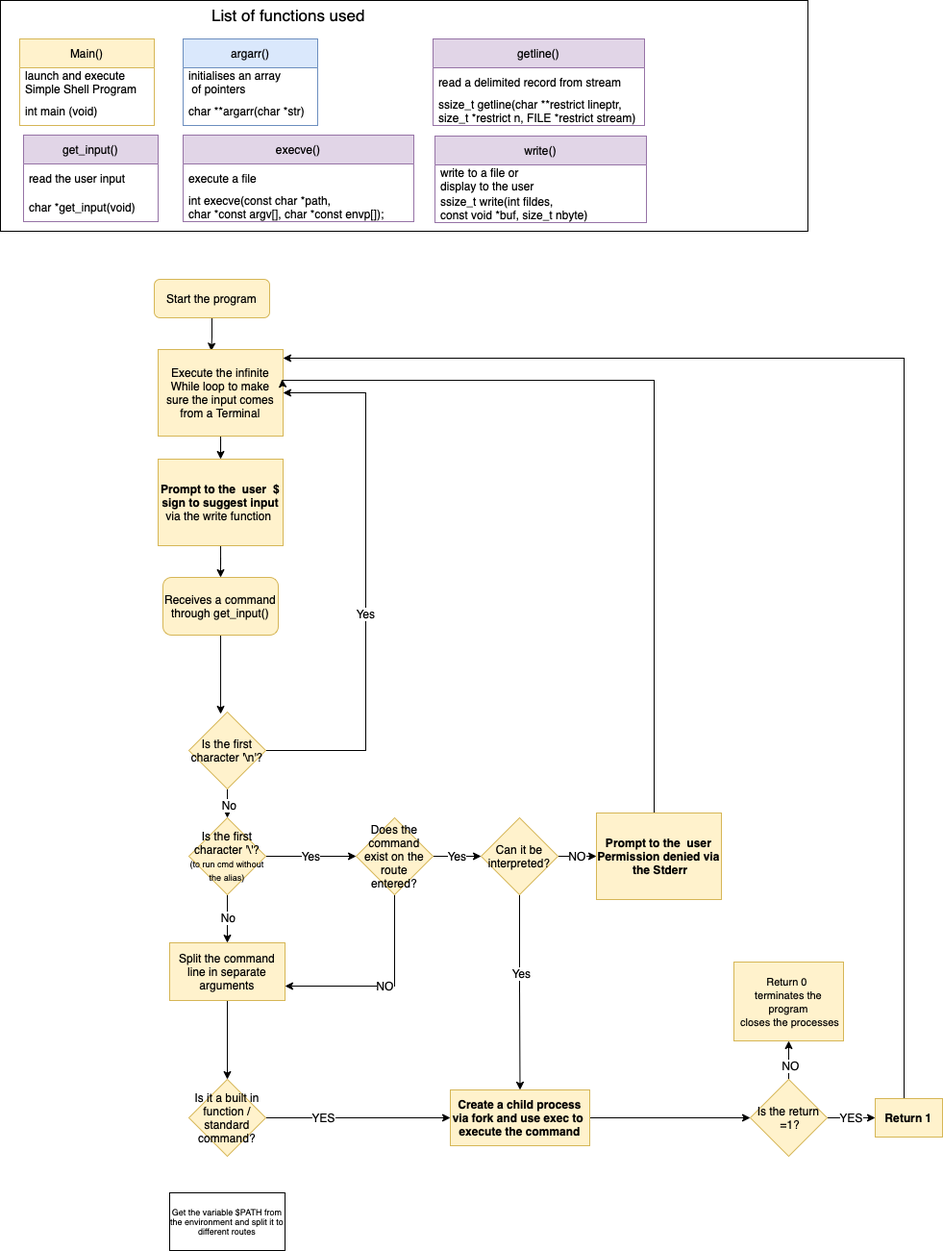
This is Simple_shell.drawio.png from RainInApril/holbertonschool-simple_shell, a draw.io export, as it was before one commit. Source tidied: cells renumbered, new cells last; positions are measured from the earlier drawing's top-left corner, leaving out a move shared by most shapes.
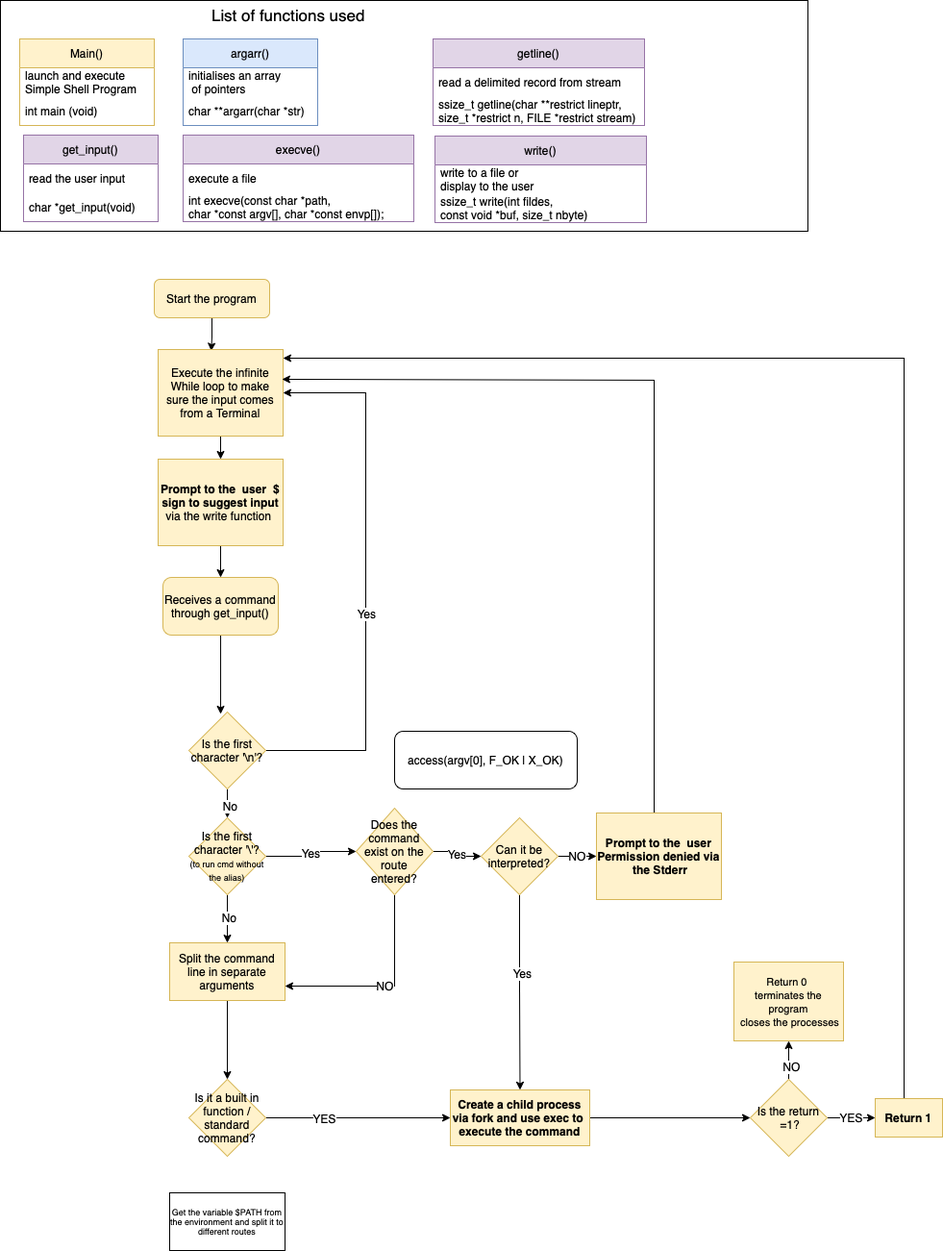
Later version of the same file.

What changed in the source:
```diff
@@ -129,7 +129,7 @@
       </mxGeometry>
     </mxCell>
     <mxCell id="41" value="Does the command exist on the route entered?" style="rhombus;whiteSpace=wrap;html=1;fontFamily=Helvetica;fontSize=12;fillColor=#fff2cc;strokeColor=#d6b656;" parent="1" vertex="1">
-      <mxGeometry x="370" y="850" width="80" height="80" as="geometry" />
+      <mxGeometry x="370" y="840" width="80" height="90" as="geometry" />
     </mxCell>
     <mxCell id="42" style="edgeStyle=orthogonalEdgeStyle;rounded=0;jettySize=auto;html=1;entryX=0.5;entryY=0;entryDx=0;entryDy=0;fontFamily=Helvetica;fontSize=12;" parent="1" edge="1" source="43" target="54">
       <mxGeometry relative="1" as="geometry" />
@@ -202,5 +202,8 @@
     <mxCell id="62" value="Get the variable $PATH from the environment and split it to different routes" style="rounded=0;whiteSpace=wrap;html=1;fontFamily=Helvetica;fontSize=9;fillColor=none;" parent="1" vertex="1">
       <mxGeometry x="176" y="1240" width="120" height="60" as="geometry" />
     </mxCell>
+    <mxCell id="63" value="access(argv[0], F_OK | X_OK)" style="rounded=1;whiteSpace=wrap;html=1;" parent="1" vertex="1">
+      <mxGeometry x="410" y="760" width="190" height="60" as="geometry" />
+    </mxCell>
   </root>
 </mxGraphModel>
```
